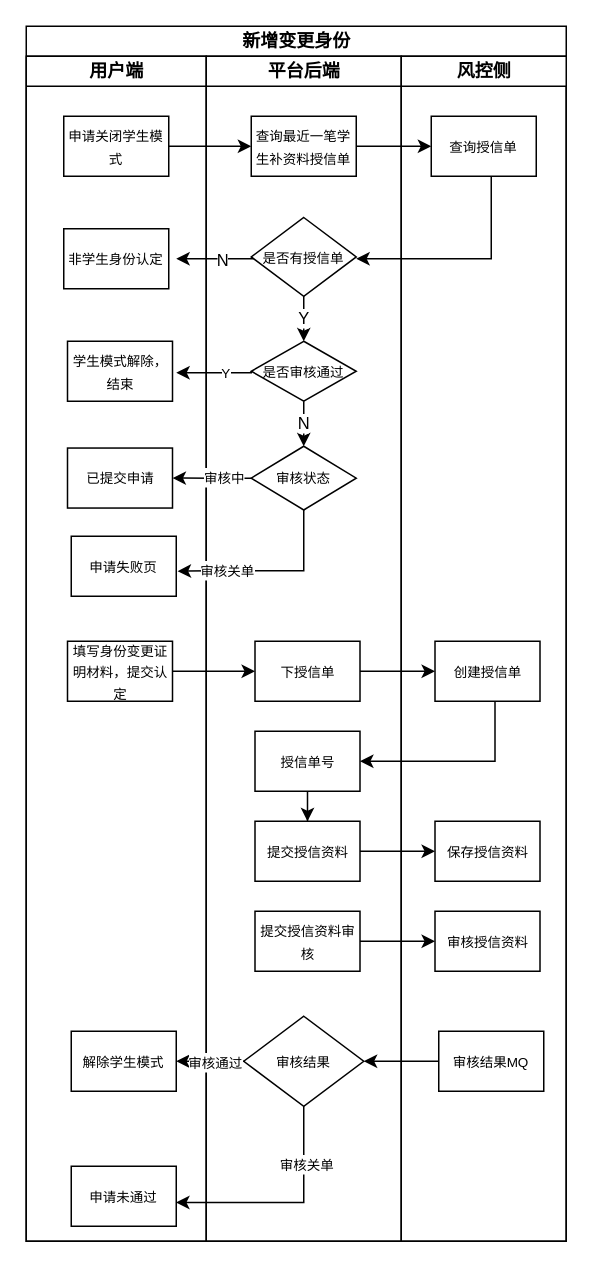
The draw.io diagram page "Page-1" (1 of 3) of studentModle.drawio in CaoLimingECJTU/gitskills, before the edit. Source tidied: cells renumbered, new cells numbered last; positions are measured from the earlier drawing's top-left corner, leaving out a move shared by most shapes. Both pictures are drawn from the tidied source at 150%, with x=0, y=0 at pixel (26, 26).
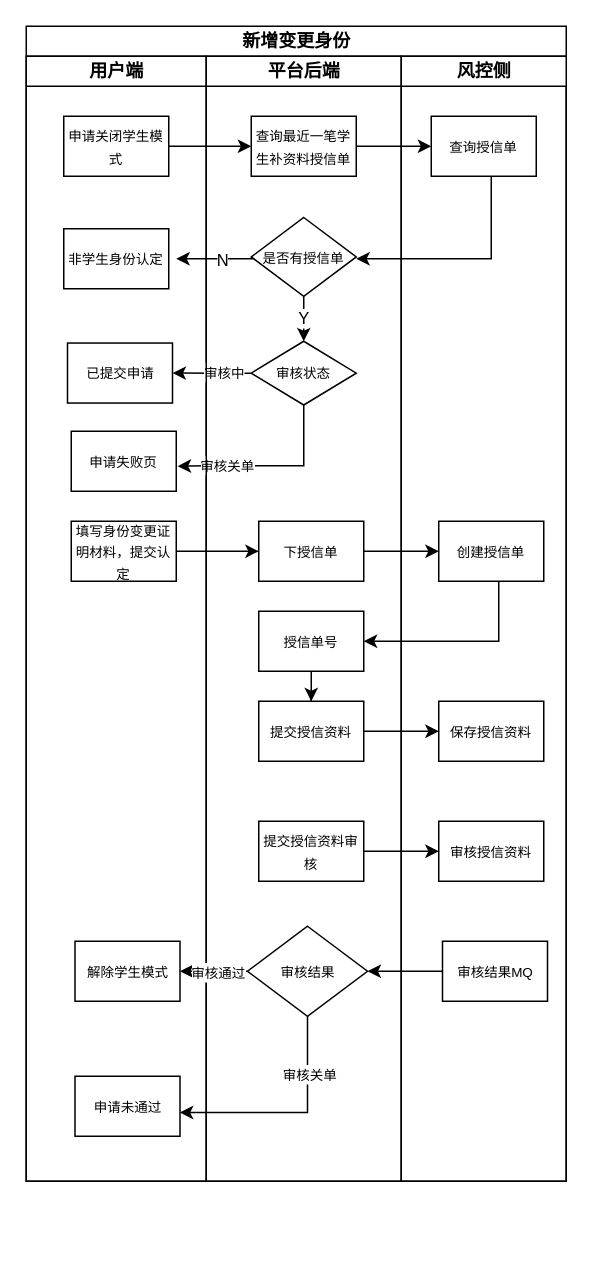
The same diagram, later.

The change refers to these unchanged cells:
```xml
<mxCell id="18" value="&lt;font style=&quot;font-size: 9px&quot;&gt;是否有授信单&lt;/font&gt;" style="rhombus;whiteSpace=wrap;html=1;strokeWidth=1;" parent="16" vertex="1">
  <mxGeometry x="30" y="107.5" width="70" height="52.5" as="geometry" />
</mxCell>
```

The edit, as a diff of the source:
```diff
@@
     <mxCell id="2" value="新增变更身份" style="swimlane;html=1;startSize=20;" parent="1" vertex="1">
-      <mxGeometry width="360" height="810" as="geometry" />
+      <mxGeometry width="360" height="770" as="geometry" />
     </mxCell>
     <mxCell id="3" value="用户端" style="swimlane;html=1;startSize=20;" parent="2" vertex="1">
-      <mxGeometry y="20" width="120" height="790" as="geometry" />
+      <mxGeometry y="20" width="120" height="750" as="geometry" />
     </mxCell>
@@
-    <mxCell id="6" value="&lt;font style=&quot;font-size: 9px&quot;&gt;学生模式解除，结束&lt;/font&gt;" style="rounded=0;whiteSpace=wrap;html=1;" parent="3" vertex="1">
-      <mxGeometry x="27.5" y="190" width="70" height="40" as="geometry" />
-    </mxCell>
     <mxCell id="7" value="&lt;font style=&quot;font-size: 9px&quot;&gt;填写身份变更证明材料，提交认定&lt;/font&gt;" style="rounded=0;whiteSpace=wrap;html=1;" parent="3" vertex="1">
-      <mxGeometry x="27.5" y="390" width="70" height="40" as="geometry" />
+      <mxGeometry x="30" y="310" width="70" height="40" as="geometry" />
     </mxCell>
     <mxCell id="8" value="&lt;font style=&quot;font-size: 9px&quot;&gt;解除学生模式&lt;/font&gt;" style="rounded=0;whiteSpace=wrap;html=1;" parent="3" vertex="1">
-      <mxGeometry x="30" y="650" width="70" height="40" as="geometry" />
+      <mxGeometry x="32.5" y="590" width="70" height="40" as="geometry" />
     </mxCell>
     <mxCell id="9" value="&lt;font style=&quot;font-size: 9px&quot;&gt;申请未通过&lt;/font&gt;" style="rounded=0;whiteSpace=wrap;html=1;" parent="3" vertex="1">
-      <mxGeometry x="30" y="740" width="70" height="40" as="geometry" />
+      <mxGeometry x="32.5" y="680" width="70" height="40" as="geometry" />
     </mxCell>
     <mxCell id="10" value="&lt;font style=&quot;font-size: 9px&quot;&gt;已提交申请&lt;/font&gt;" style="rounded=0;whiteSpace=wrap;html=1;" parent="3" vertex="1">
-      <mxGeometry x="27.5" y="261.2" width="70" height="40" as="geometry" />
+      <mxGeometry x="27.5" y="191.2" width="70" height="40" as="geometry" />
     </mxCell>
     <mxCell id="11" value="&lt;font style=&quot;font-size: 9px&quot;&gt;申请失败页&lt;/font&gt;" style="rounded=0;whiteSpace=wrap;html=1;" parent="3" vertex="1">
-      <mxGeometry x="30" y="320" width="70" height="40" as="geometry" />
+      <mxGeometry x="30" y="250" width="70" height="40" as="geometry" />
     </mxCell>
-    <mxCell id="12" style="edgeStyle=orthogonalEdgeStyle;rounded=0;jettySize=auto;html=1;exitX=1;exitY=0.5;exitDx=0;exitDy=0;entryX=0;entryY=0.5;entryDx=0;entryDy=0;" parent="2" edge="1" source="22" target="38">
-      <mxGeometry relative="1" as="geometry" />
-    </mxCell>
-    <mxCell id="13" style="edgeStyle=orthogonalEdgeStyle;rounded=0;jettySize=auto;html=1;entryX=1;entryY=0.5;entryDx=0;entryDy=0;" parent="2" edge="1" source="37" target="21">
-      <mxGeometry relative="1" as="geometry">
-        <Array as="points">
-          <mxPoint x="312.5" y="490" />
-        </Array>
-      </mxGeometry>
-    </mxCell>
-    <mxCell id="14" style="edgeStyle=orthogonalEdgeStyle;rounded=0;jettySize=auto;html=1;entryX=0;entryY=0.5;entryDx=0;entryDy=0;" parent="2" edge="1" source="19" target="37">
-      <mxGeometry relative="1" as="geometry" />
-    </mxCell>
-    <mxCell id="15" style="edgeStyle=orthogonalEdgeStyle;rounded=0;jettySize=auto;html=1;entryX=0;entryY=0.5;entryDx=0;entryDy=0;" parent="2" edge="1" source="7" target="19">
-      <mxGeometry relative="1" as="geometry" />
-    </mxCell>
+    <mxCell id="50" style="edgeStyle=orthogonalEdgeStyle;rounded=0;jettySize=auto;html=1;" parent="2" edge="1" source="28" target="10">
+      <mxGeometry relative="1" as="geometry" />
+    </mxCell>
+    <mxCell id="51" value="&lt;font style=&quot;font-size: 9px&quot;&gt;审核中&lt;/font&gt;" style="edgeLabel;html=1;align=center;verticalAlign=middle;" parent="50" vertex="1">
+      <mxGeometry x="-0.29" y="-1" relative="1" as="geometry" />
+    </mxCell>
+    <mxCell id="48" style="edgeStyle=orthogonalEdgeStyle;rounded=0;jettySize=auto;html=1;entryX=1.013;entryY=0.583;entryDx=0;entryDy=0;entryPerimeter=0;" parent="2" edge="1" source="28" target="11">
+      <mxGeometry relative="1" as="geometry">
+        <Array as="points">
+          <mxPoint x="185" y="293" />
+          <mxPoint x="125" y="293" />
+        </Array>
+      </mxGeometry>
+    </mxCell>
+    <mxCell id="49" value="&lt;font style=&quot;font-size: 9px&quot;&gt;审核关单&lt;/font&gt;" style="edgeLabel;html=1;align=center;verticalAlign=middle;" parent="48" vertex="1">
+      <mxGeometry x="0.47" y="-1" relative="1" as="geometry" />
+    </mxCell>
     <mxCell id="16" value="平台后端" style="swimlane;html=1;startSize=20;" parent="2" vertex="1">
-      <mxGeometry x="120" y="20" width="130" height="790" as="geometry" />
+      <mxGeometry x="120" y="20" width="130" height="750" as="geometry" />
     </mxCell>
@@
     <mxCell id="19" value="&lt;font style=&quot;font-size: 9px&quot;&gt;下授信单&lt;/font&gt;" style="rounded=0;whiteSpace=wrap;html=1;" parent="16" vertex="1">
-      <mxGeometry x="32.5" y="390" width="70" height="40" as="geometry" />
+      <mxGeometry x="35" y="310" width="70" height="40" as="geometry" />
     </mxCell>
@@
     <mxCell id="21" value="&lt;font style=&quot;font-size: 9px&quot;&gt;授信单号&lt;/font&gt;" style="rounded=0;whiteSpace=wrap;html=1;" parent="16" vertex="1">
-      <mxGeometry x="32.5" y="450" width="70" height="40" as="geometry" />
+      <mxGeometry x="35" y="370" width="70" height="40" as="geometry" />
     </mxCell>
     <mxCell id="22" value="&lt;font style=&quot;font-size: 9px&quot;&gt;提交授信资料&lt;/font&gt;" style="rounded=0;whiteSpace=wrap;html=1;" parent="16" vertex="1">
-      <mxGeometry x="32.5" y="510" width="70" height="40" as="geometry" />
+      <mxGeometry x="35" y="430" width="70" height="40" as="geometry" />
     </mxCell>
     <mxCell id="23" value="&lt;font style=&quot;font-size: 9px&quot;&gt;审核结果&lt;/font&gt;" style="rhombus;whiteSpace=wrap;html=1;strokeWidth=1;" parent="16" vertex="1">
-      <mxGeometry x="25" y="640" width="80" height="60" as="geometry" />
+      <mxGeometry x="27.5" y="580" width="80" height="60" as="geometry" />
     </mxCell>
     <mxCell id="24" value="&lt;font style=&quot;font-size: 9px&quot;&gt;提交授信资料审核&lt;/font&gt;" style="rounded=0;whiteSpace=wrap;html=1;" parent="16" vertex="1">
-      <mxGeometry x="32.5" y="570" width="70" height="40" as="geometry" />
+      <mxGeometry x="35" y="510" width="70" height="40" as="geometry" />
     </mxCell>
-    <mxCell id="25" value="N" style="edgeStyle=orthogonalEdgeStyle;rounded=0;jettySize=auto;html=1;entryX=0.5;entryY=0;entryDx=0;entryDy=0;" parent="16" edge="1" source="26" target="28">
-      <mxGeometry relative="1" as="geometry" />
-    </mxCell>
-    <mxCell id="26" value="&lt;font style=&quot;font-size: 9px&quot;&gt;是否审核通过&lt;/font&gt;" style="rhombus;whiteSpace=wrap;html=1;strokeWidth=1;" parent="16" vertex="1">
-      <mxGeometry x="30" y="190" width="70" height="40" as="geometry" />
-    </mxCell>
-    <mxCell id="27" value="Y" style="edgeStyle=orthogonalEdgeStyle;rounded=0;jettySize=auto;html=1;exitX=0.5;exitY=1;exitDx=0;exitDy=0;entryX=0.5;entryY=0;entryDx=0;entryDy=0;" parent="16" edge="1" source="18" target="26">
-      <mxGeometry relative="1" as="geometry" />
+    <mxCell id="27" value="Y" style="edgeStyle=orthogonalEdgeStyle;rounded=0;jettySize=auto;html=1;exitX=0.5;exitY=1;exitDx=0;exitDy=0;entryX=0.5;entryY=0;entryDx=0;entryDy=0;" parent="16" edge="1" source="18">
+      <mxGeometry relative="1" as="geometry">
+        <mxPoint x="65" y="190" as="targetPoint" />
+      </mxGeometry>
     </mxCell>
     <mxCell id="28" value="&lt;font style=&quot;font-size: 9px&quot;&gt;审核状态&lt;/font&gt;" style="rhombus;whiteSpace=wrap;html=1;strokeWidth=1;" parent="16" vertex="1">
-      <mxGeometry x="30" y="260" width="70" height="42.5" as="geometry" />
+      <mxGeometry x="30" y="190" width="70" height="42.5" as="geometry" />
     </mxCell>
+    <mxCell id="12" style="edgeStyle=orthogonalEdgeStyle;rounded=0;jettySize=auto;html=1;exitX=1;exitY=0.5;exitDx=0;exitDy=0;entryX=0;entryY=0.5;entryDx=0;entryDy=0;" parent="2" edge="1" source="22" target="38">
+      <mxGeometry relative="1" as="geometry" />
+    </mxCell>
+    <mxCell id="13" style="edgeStyle=orthogonalEdgeStyle;rounded=0;jettySize=auto;html=1;entryX=1;entryY=0.5;entryDx=0;entryDy=0;" parent="2" edge="1" source="37" target="21">
+      <mxGeometry relative="1" as="geometry">
+        <Array as="points">
+          <mxPoint x="315" y="410" />
+        </Array>
+      </mxGeometry>
+    </mxCell>
+    <mxCell id="14" style="edgeStyle=orthogonalEdgeStyle;rounded=0;jettySize=auto;html=1;entryX=0;entryY=0.5;entryDx=0;entryDy=0;" parent="2" edge="1" source="19" target="37">
+      <mxGeometry relative="1" as="geometry" />
+    </mxCell>
+    <mxCell id="15" style="edgeStyle=orthogonalEdgeStyle;rounded=0;jettySize=auto;html=1;entryX=0;entryY=0.5;entryDx=0;entryDy=0;" parent="2" edge="1" source="7" target="19">
+      <mxGeometry relative="1" as="geometry" />
+    </mxCell>
+    <mxCell id="34" style="edgeStyle=orthogonalEdgeStyle;rounded=0;jettySize=auto;html=1;entryX=0;entryY=0.5;entryDx=0;entryDy=0;" parent="2" edge="1" source="24" target="40">
+      <mxGeometry relative="1" as="geometry" />
+    </mxCell>
+    <mxCell id="31" style="edgeStyle=orthogonalEdgeStyle;rounded=0;jettySize=auto;html=1;exitX=0;exitY=0.5;exitDx=0;exitDy=0;entryX=1;entryY=0.5;entryDx=0;entryDy=0;" parent="2" edge="1" source="23" target="8">
+      <mxGeometry relative="1" as="geometry">
+        <Array as="points">
+          <mxPoint x="137.5" y="630" />
+          <mxPoint x="137.5" y="630" />
+        </Array>
+      </mxGeometry>
+    </mxCell>
+    <mxCell id="32" value="&lt;font style=&quot;font-size: 9px&quot;&gt;审核通过&lt;/font&gt;" style="edgeLabel;html=1;align=center;verticalAlign=middle;" parent="31" vertex="1">
+      <mxGeometry x="0.3" y="-1" relative="1" as="geometry">
+        <mxPoint x="9.1" y="1" as="offset" />
+      </mxGeometry>
+    </mxCell>
@@
-    <mxCell id="31" style="edgeStyle=orthogonalEdgeStyle;rounded=0;jettySize=auto;html=1;exitX=0;exitY=0.5;exitDx=0;exitDy=0;entryX=1;entryY=0.5;entryDx=0;entryDy=0;" parent="2" edge="1" source="23" target="8">
-      <mxGeometry relative="1" as="geometry">
-        <Array as="points">
-          <mxPoint x="135" y="690" />
-          <mxPoint x="135" y="690" />
-        </Array>
-      </mxGeometry>
-    </mxCell>
-    <mxCell id="32" value="&lt;font style=&quot;font-size: 9px&quot;&gt;审核通过&lt;/font&gt;" style="edgeLabel;html=1;align=center;verticalAlign=middle;" parent="31" vertex="1">
-      <mxGeometry x="0.3" y="-1" relative="1" as="geometry">
-        <mxPoint x="9.1" y="1" as="offset" />
-      </mxGeometry>
-    </mxCell>
@@
-    <mxCell id="34" style="edgeStyle=orthogonalEdgeStyle;rounded=0;jettySize=auto;html=1;entryX=0;entryY=0.5;entryDx=0;entryDy=0;" parent="2" edge="1" source="24" target="40">
-      <mxGeometry relative="1" as="geometry" />
-    </mxCell>
     <mxCell id="35" value="风控侧" style="swimlane;html=1;startSize=20;strokeWidth=1;" parent="2" vertex="1">
-      <mxGeometry x="250" y="20" width="110" height="790" as="geometry" />
+      <mxGeometry x="250" y="20" width="110" height="750" as="geometry" />
     </mxCell>
@@
     <mxCell id="37" value="&lt;font style=&quot;font-size: 9px&quot;&gt;创建授信单&lt;/font&gt;" style="rounded=0;whiteSpace=wrap;html=1;" parent="35" vertex="1">
-      <mxGeometry x="22.5" y="390" width="70" height="40" as="geometry" />
+      <mxGeometry x="25" y="310" width="70" height="40" as="geometry" />
     </mxCell>
     <mxCell id="38" value="&lt;font style=&quot;font-size: 9px&quot;&gt;保存授信资料&lt;/font&gt;" style="rounded=0;whiteSpace=wrap;html=1;" parent="35" vertex="1">
-      <mxGeometry x="22.5" y="510" width="70" height="40" as="geometry" />
+      <mxGeometry x="25" y="430" width="70" height="40" as="geometry" />
     </mxCell>
     <mxCell id="39" value="&lt;font style=&quot;font-size: 9px&quot;&gt;审核结果MQ&lt;/font&gt;" style="rounded=0;whiteSpace=wrap;html=1;" parent="35" vertex="1">
-      <mxGeometry x="25" y="650" width="70" height="40" as="geometry" />
+      <mxGeometry x="27.5" y="590" width="70" height="40" as="geometry" />
     </mxCell>
     <mxCell id="40" value="&lt;font style=&quot;font-size: 9px&quot;&gt;审核授信资料&lt;/font&gt;" style="rounded=0;whiteSpace=wrap;html=1;" parent="35" vertex="1">
-      <mxGeometry x="22.5" y="570" width="70" height="40" as="geometry" />
+      <mxGeometry x="25" y="510" width="70" height="40" as="geometry" />
     </mxCell>
@@
-    <mxCell id="46" style="edgeStyle=orthogonalEdgeStyle;rounded=0;jettySize=auto;html=1;exitX=0;exitY=0.5;exitDx=0;exitDy=0;" parent="2" edge="1" source="26">
-      <mxGeometry relative="1" as="geometry">
-        <mxPoint x="100" y="231" as="targetPoint" />
-        <Array as="points">
-          <mxPoint x="100" y="231" />
-        </Array>
-      </mxGeometry>
-    </mxCell>
-    <mxCell id="47" value="&lt;font style=&quot;font-size: 9px&quot;&gt;Y&lt;/font&gt;" style="edgeLabel;html=1;align=center;verticalAlign=middle;" parent="46" vertex="1">
-      <mxGeometry x="-0.19" y="-1" relative="1" as="geometry">
-        <mxPoint x="2" as="offset" />
-      </mxGeometry>
-    </mxCell>
-    <mxCell id="48" style="edgeStyle=orthogonalEdgeStyle;rounded=0;jettySize=auto;html=1;entryX=1.013;entryY=0.583;entryDx=0;entryDy=0;entryPerimeter=0;" parent="2" edge="1" source="28" target="11">
-      <mxGeometry relative="1" as="geometry">
-        <Array as="points">
-          <mxPoint x="185" y="363" />
-          <mxPoint x="125" y="363" />
-        </Array>
-      </mxGeometry>
-    </mxCell>
-    <mxCell id="49" value="&lt;font style=&quot;font-size: 9px&quot;&gt;审核关单&lt;/font&gt;" style="edgeLabel;html=1;align=center;verticalAlign=middle;" parent="48" vertex="1">
-      <mxGeometry x="0.47" y="-1" relative="1" as="geometry" />
-    </mxCell>
-    <mxCell id="50" style="edgeStyle=orthogonalEdgeStyle;rounded=0;jettySize=auto;html=1;" parent="2" edge="1" source="28" target="10">
-      <mxGeometry relative="1" as="geometry" />
-    </mxCell>
-    <mxCell id="51" value="&lt;font style=&quot;font-size: 9px&quot;&gt;审核中&lt;/font&gt;" style="edgeLabel;html=1;align=center;verticalAlign=middle;" parent="50" vertex="1">
-      <mxGeometry x="-0.29" y="-1" relative="1" as="geometry" />
-    </mxCell>
```
